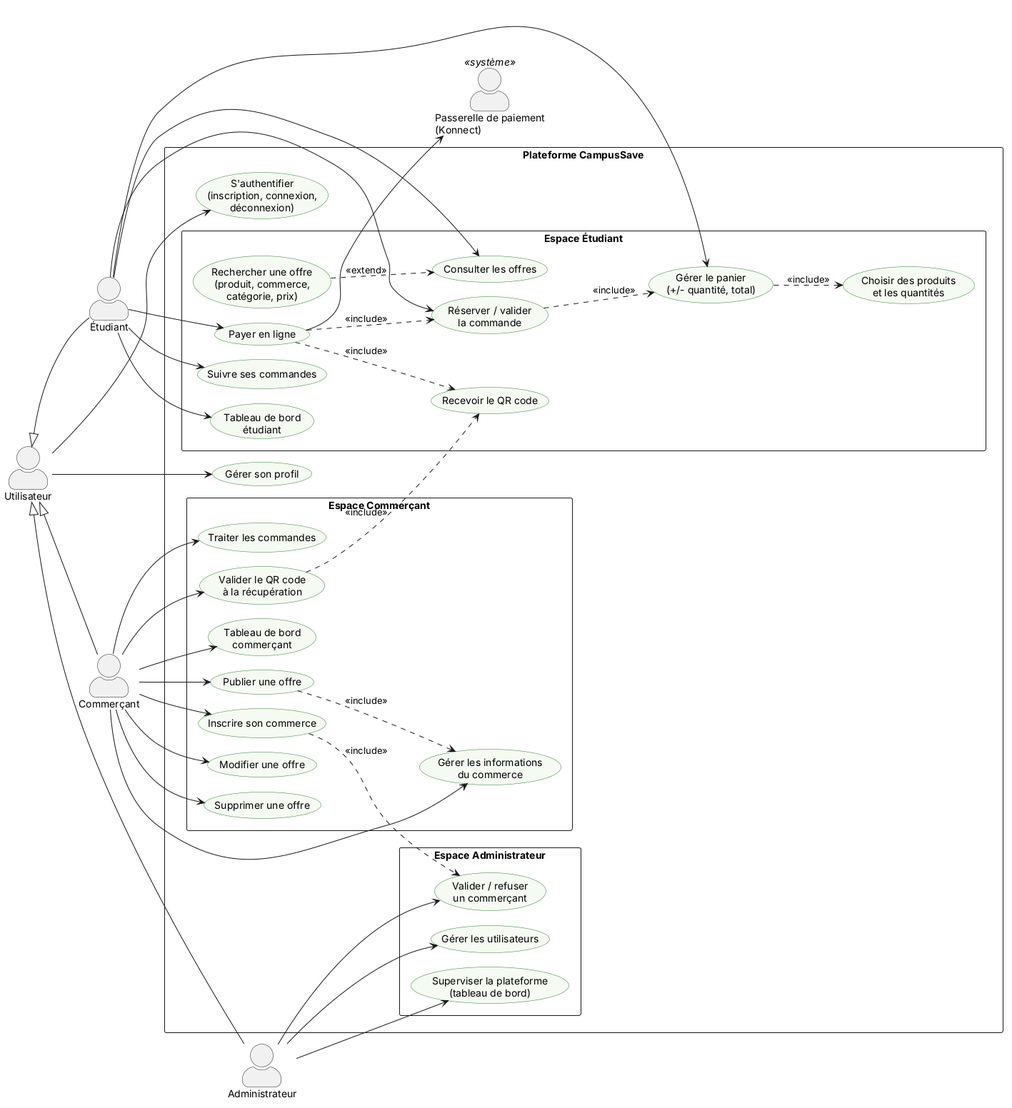
The PlantUML diagram docs/uml/diagramme_cas_utilisation_CampusSave.png in RanimObaia/CAMPUSSAVE, before a commit. Its diagram source:
```plantuml
@startuml
left to right direction
skinparam shadowing false
skinparam packageStyle rectangle
skinparam ranksep 35
skinparam nodesep 20
skinparam usecase {
  BackgroundColor #F5FAF2
  BorderColor #2E7D32
}
skinparam actorStyle awesome

actor "Utilisateur" as USR
actor "Étudiant" as ETU
actor "Commerçant" as COM
actor "Administrateur" as ADM
actor "Passerelle de paiement\n(Konnect)" as KON <<système>>

rectangle "Plateforme CampusSave" {

  usecase "S'authentifier\n(inscription, connexion,\ndéconnexion)" as AUTH
  usecase "Gérer son profil" as PRO

  package "Espace Étudiant" as PE {
    usecase "Consulter les offres" as CONS
    usecase "Rechercher une offre\n(produit, commerce,\ncatégorie, prix)" as REC
    usecase "Choisir des produits\net les quantités" as CHOIX
    usecase "Gérer le panier\n(+/- quantité, total)" as PAN
    usecase "Réserver / valider\nla commande" as RES
    usecase "Payer en ligne" as PAY
    usecase "Recevoir le QR code" as QR
    usecase "Suivre ses commandes" as SUIVI
    usecase "Tableau de bord\nétudiant" as DBE
  }

  package "Espace Commerçant" as PC {
    usecase "Inscrire son commerce" as COMINS
    usecase "Gérer les informations\ndu commerce" as COMINFO
    usecase "Publier une offre" as PUB
    usecase "Modifier une offre" as MOD
    usecase "Supprimer une offre" as SUP
    usecase "Traiter les commandes" as TRAIT
    usecase "Valider le QR code\nà la récupération" as VAL
    usecase "Tableau de bord\ncommerçant" as DBC
  }

  package "Espace Administrateur" as PA {
    usecase "Valider / refuser\nun commerçant" as VC
    usecase "Gérer les utilisateurs" as GU
    usecase "Superviser la plateforme\n(tableau de bord)" as DBA
  }
}

USR <|-- ETU
USR <|-- COM
USR <|-- ADM

USR --> AUTH
USR --> PRO

ETU --> CONS
ETU --> PAN
ETU --> RES
ETU --> PAY
ETU --> SUIVI
ETU --> DBE

COM --> COMINS
COM --> COMINFO
COM --> PUB
COM --> MOD
COM --> SUP
COM --> TRAIT
COM --> VAL
COM --> DBC

ADM --> VC
ADM --> GU
ADM --> DBA

REC ..> CONS : <<extend>>
PAN ..> CHOIX : <<include>>
RES ..> PAN : <<include>>
PAY ..> RES : <<include>>
PAY ..> QR : <<include>>
VAL ..> QR : <<include>>
PUB ..> COMINFO : <<include>>
COMINS ..> VC : <<include>>

PAY --> KON
@enduml
```
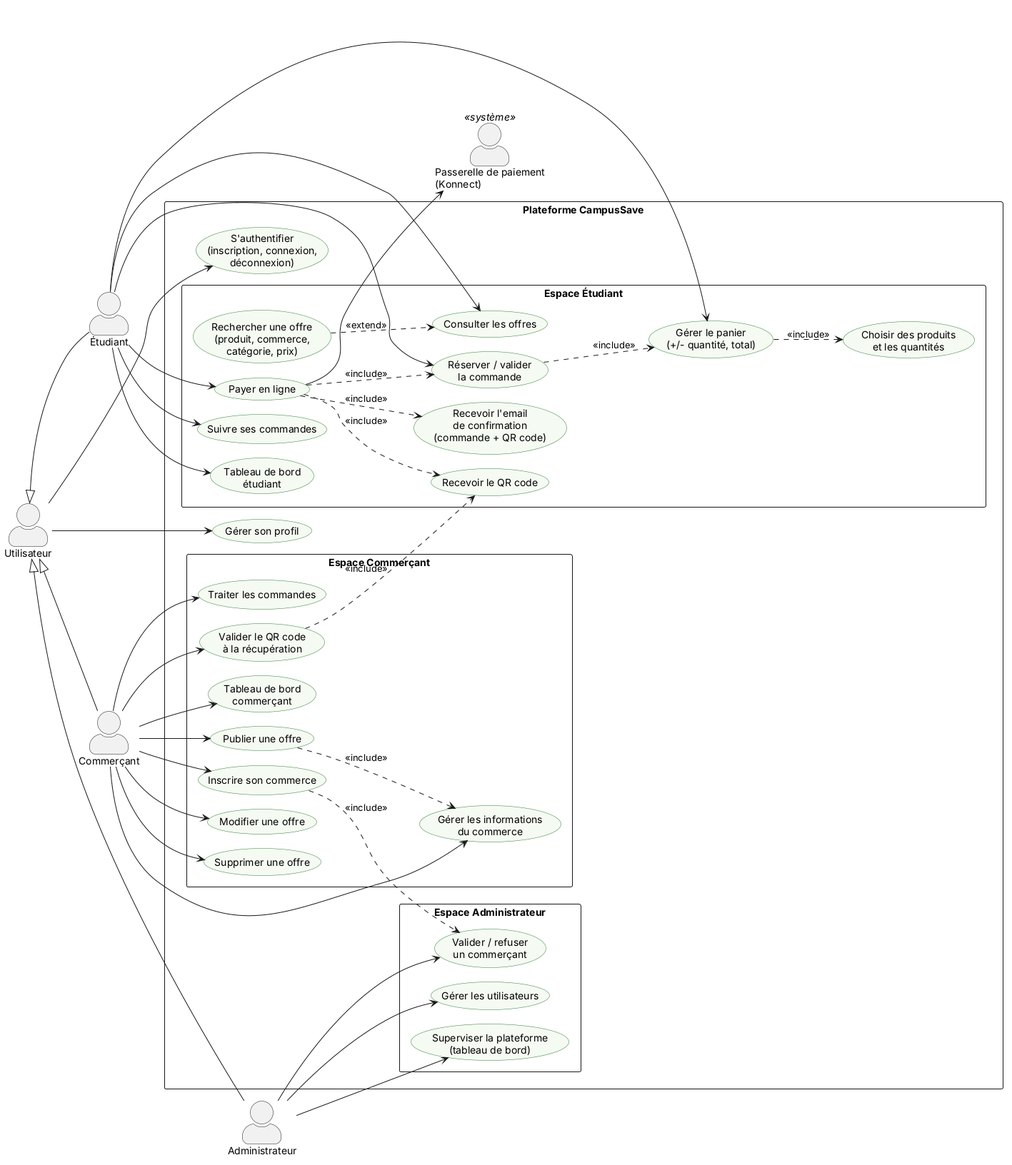
After the change.

Commit message:
UML : cas « Recevoir l'email de confirmation » et enum Categorie alignée sur le code

Diff of the diagram source:
```diff
@@ -29,6 +29,7 @@
     usecase "Réserver / valider\nla commande" as RES
     usecase "Payer en ligne" as PAY
     usecase "Recevoir le QR code" as QR
+    usecase "Recevoir l'email\nde confirmation\n(commande + QR code)" as MAIL
     usecase "Suivre ses commandes" as SUIVI
     usecase "Tableau de bord\nétudiant" as DBE
   }
@@ -83,6 +84,7 @@
 RES ..> PAN : <<include>>
 PAY ..> RES : <<include>>
 PAY ..> QR : <<include>>
+PAY ..> MAIL : <<include>>
 VAL ..> QR : <<include>>
 PUB ..> COMINFO : <<include>>
 COMINS ..> VC : <<include>>
```
